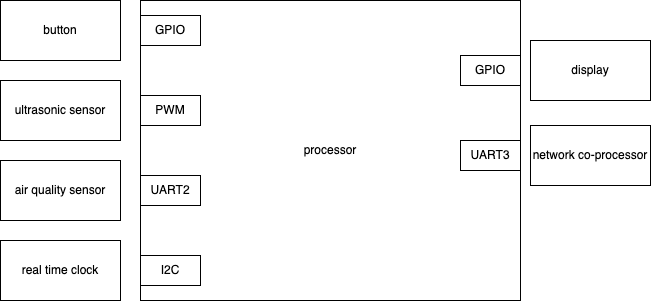
The draw.io diagram week-1/week-1-software-block-diagram.drawio.png in martenbiehl/making-embedded-systems-exercises, before a commit. Source tidied: cells renumbered, new cells last; positions are measured from the earlier drawing's top-left corner, leaving out a move shared by most shapes. The source it was exported from:
```xml
<mxGraphModel>
  <root>
    <mxCell id="0" />
    <mxCell id="1" parent="0" />
    <mxCell id="2" value="button" style="rounded=0;whiteSpace=wrap;html=1;" parent="1" vertex="1">
      <mxGeometry width="120" height="60" as="geometry" />
    </mxCell>
    <mxCell id="3" value="ultrasonic sensor" style="rounded=0;whiteSpace=wrap;html=1;" parent="1" vertex="1">
      <mxGeometry y="80" width="120" height="60" as="geometry" />
    </mxCell>
    <mxCell id="4" value="air quality sensor" style="rounded=0;whiteSpace=wrap;html=1;" parent="1" vertex="1">
      <mxGeometry y="160" width="120" height="60" as="geometry" />
    </mxCell>
    <mxCell id="5" value="processor" style="rounded=0;whiteSpace=wrap;html=1;" parent="1" vertex="1">
      <mxGeometry x="140" width="380" height="300" as="geometry" />
    </mxCell>
    <mxCell id="6" value="network co-processor" style="rounded=0;whiteSpace=wrap;html=1;" parent="1" vertex="1">
      <mxGeometry x="530" y="125" width="120" height="60" as="geometry" />
    </mxCell>
    <mxCell id="7" value="display" style="rounded=0;whiteSpace=wrap;html=1;" parent="1" vertex="1">
      <mxGeometry x="530" y="40" width="120" height="60" as="geometry" />
    </mxCell>
    <mxCell id="8" value="real time clock" style="rounded=0;whiteSpace=wrap;html=1;" parent="1" vertex="1">
      <mxGeometry y="240" width="120" height="60" as="geometry" />
    </mxCell>
    <mxCell id="9" value="I2C" style="rounded=0;whiteSpace=wrap;html=1;" parent="1" vertex="1">
      <mxGeometry x="140" y="255" width="60" height="30" as="geometry" />
    </mxCell>
    <mxCell id="10" value="GPIO" style="rounded=0;whiteSpace=wrap;html=1;" parent="1" vertex="1">
      <mxGeometry x="140" y="15" width="60" height="30" as="geometry" />
    </mxCell>
    <mxCell id="11" value="PWM" style="rounded=0;whiteSpace=wrap;html=1;" parent="1" vertex="1">
      <mxGeometry x="140" y="95" width="60" height="30" as="geometry" />
    </mxCell>
    <mxCell id="12" value="UART2" style="rounded=0;whiteSpace=wrap;html=1;" parent="1" vertex="1">
      <mxGeometry x="140" y="175" width="60" height="30" as="geometry" />
    </mxCell>
    <mxCell id="13" value="UART3" style="rounded=0;whiteSpace=wrap;html=1;" parent="1" vertex="1">
      <mxGeometry x="460" y="140" width="60" height="30" as="geometry" />
    </mxCell>
    <mxCell id="14" value="GPIO" style="rounded=0;whiteSpace=wrap;html=1;" parent="1" vertex="1">
      <mxGeometry x="460" y="55" width="60" height="30" as="geometry" />
    </mxCell>
  </root>
</mxGraphModel>
```
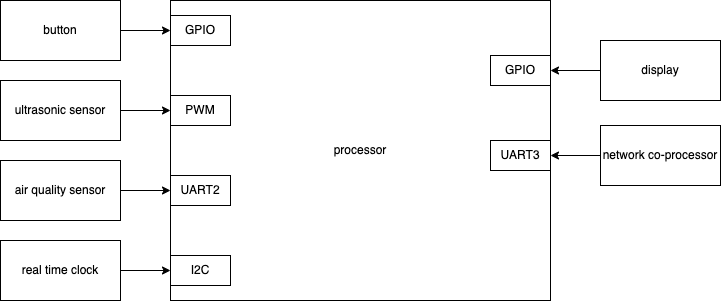
After the commit.

Diff of the diagram source:
```diff
@@ -2,26 +2,44 @@
   <root>
     <mxCell id="0" />
     <mxCell id="1" parent="0" />
+    <mxCell id="15" style="edgeStyle=orthogonalEdgeStyle;rounded=0;jettySize=auto;html=1;exitX=1;exitY=0.5;exitDx=0;exitDy=0;entryX=0;entryY=0.5;entryDx=0;entryDy=0;" parent="1" edge="1" source="2" target="10">
+      <mxGeometry relative="1" as="geometry" />
+    </mxCell>
     <mxCell id="2" value="button" style="rounded=0;whiteSpace=wrap;html=1;" parent="1" vertex="1">
-      <mxGeometry width="120" height="60" as="geometry" />
+      <mxGeometry x="-30" width="120" height="60" as="geometry" />
     </mxCell>
+    <mxCell id="16" style="edgeStyle=orthogonalEdgeStyle;rounded=0;jettySize=auto;html=1;exitX=1;exitY=0.5;exitDx=0;exitDy=0;entryX=0;entryY=0.5;entryDx=0;entryDy=0;" parent="1" edge="1" source="3" target="11">
+      <mxGeometry relative="1" as="geometry" />
+    </mxCell>
     <mxCell id="3" value="ultrasonic sensor" style="rounded=0;whiteSpace=wrap;html=1;" parent="1" vertex="1">
-      <mxGeometry y="80" width="120" height="60" as="geometry" />
+      <mxGeometry x="-30" y="80" width="120" height="60" as="geometry" />
     </mxCell>
+    <mxCell id="17" style="edgeStyle=orthogonalEdgeStyle;rounded=0;jettySize=auto;html=1;exitX=1;exitY=0.5;exitDx=0;exitDy=0;entryX=0;entryY=0.5;entryDx=0;entryDy=0;" parent="1" edge="1" source="4" target="12">
+      <mxGeometry relative="1" as="geometry" />
+    </mxCell>
     <mxCell id="4" value="air quality sensor" style="rounded=0;whiteSpace=wrap;html=1;" parent="1" vertex="1">
-      <mxGeometry y="160" width="120" height="60" as="geometry" />
+      <mxGeometry x="-30" y="160" width="120" height="60" as="geometry" />
     </mxCell>
     <mxCell id="5" value="processor" style="rounded=0;whiteSpace=wrap;html=1;" parent="1" vertex="1">
       <mxGeometry x="140" width="380" height="300" as="geometry" />
     </mxCell>
+    <mxCell id="18" style="edgeStyle=orthogonalEdgeStyle;rounded=0;jettySize=auto;html=1;exitX=0;exitY=0.5;exitDx=0;exitDy=0;entryX=1;entryY=0.5;entryDx=0;entryDy=0;" parent="1" edge="1" source="6" target="13">
+      <mxGeometry relative="1" as="geometry" />
+    </mxCell>
     <mxCell id="6" value="network co-processor" style="rounded=0;whiteSpace=wrap;html=1;" parent="1" vertex="1">
-      <mxGeometry x="530" y="125" width="120" height="60" as="geometry" />
+      <mxGeometry x="570" y="125" width="120" height="60" as="geometry" />
     </mxCell>
+    <mxCell id="19" style="edgeStyle=orthogonalEdgeStyle;rounded=0;jettySize=auto;html=1;exitX=0;exitY=0.5;exitDx=0;exitDy=0;entryX=1;entryY=0.5;entryDx=0;entryDy=0;" parent="1" edge="1" source="7" target="14">
+      <mxGeometry relative="1" as="geometry" />
+    </mxCell>
     <mxCell id="7" value="display" style="rounded=0;whiteSpace=wrap;html=1;" parent="1" vertex="1">
-      <mxGeometry x="530" y="40" width="120" height="60" as="geometry" />
+      <mxGeometry x="570" y="40" width="120" height="60" as="geometry" />
     </mxCell>
+    <mxCell id="20" style="edgeStyle=orthogonalEdgeStyle;rounded=0;jettySize=auto;html=1;exitX=1;exitY=0.5;exitDx=0;exitDy=0;entryX=0;entryY=0.5;entryDx=0;entryDy=0;" parent="1" edge="1" source="8" target="9">
+      <mxGeometry relative="1" as="geometry" />
+    </mxCell>
     <mxCell id="8" value="real time clock" style="rounded=0;whiteSpace=wrap;html=1;" parent="1" vertex="1">
-      <mxGeometry y="240" width="120" height="60" as="geometry" />
+      <mxGeometry x="-30" y="240" width="120" height="60" as="geometry" />
     </mxCell>
     <mxCell id="9" value="I2C" style="rounded=0;whiteSpace=wrap;html=1;" parent="1" vertex="1">
       <mxGeometry x="140" y="255" width="60" height="30" as="geometry" />
```
